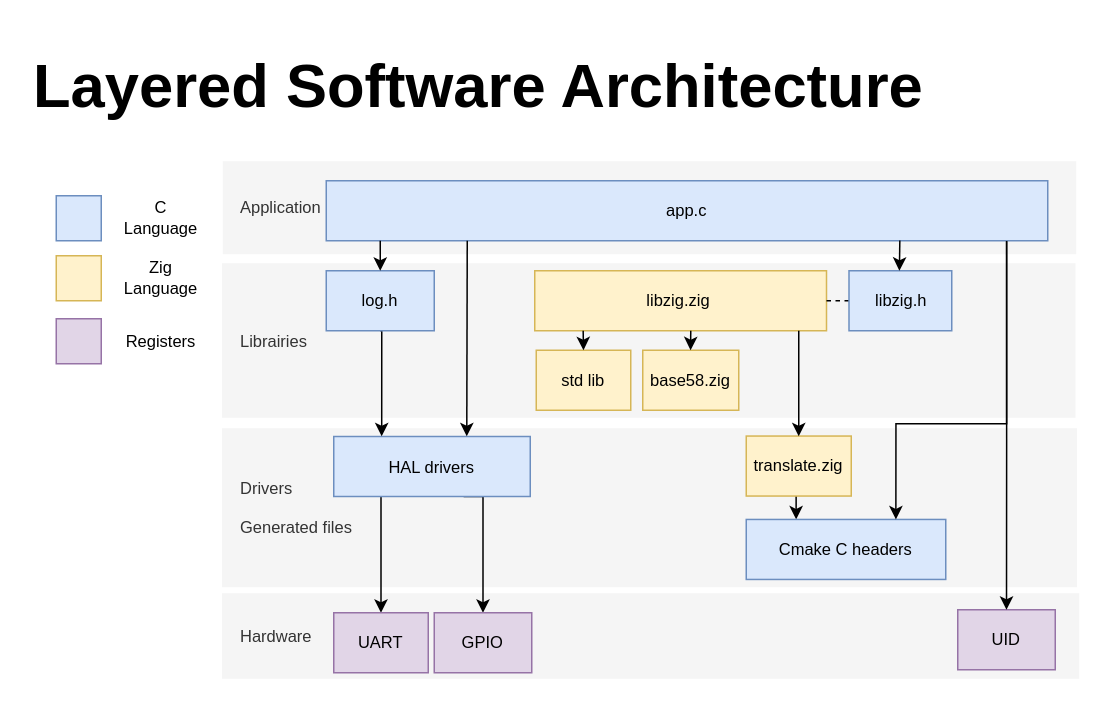
Before: projects/stm32l476_nucleo/juicy_hello_world_cmake/docs/architecture.drawio in Sazerac4/zig-meets-c, a draw.io diagram. Source tidied: cells renumbered, new cells numbered last; positions are measured from the earlier drawing's top-left corner, leaving out a move shared by most shapes. Both pictures are drawn from the tidied source at 150%, with x=0, y=0 at pixel (26, 40).
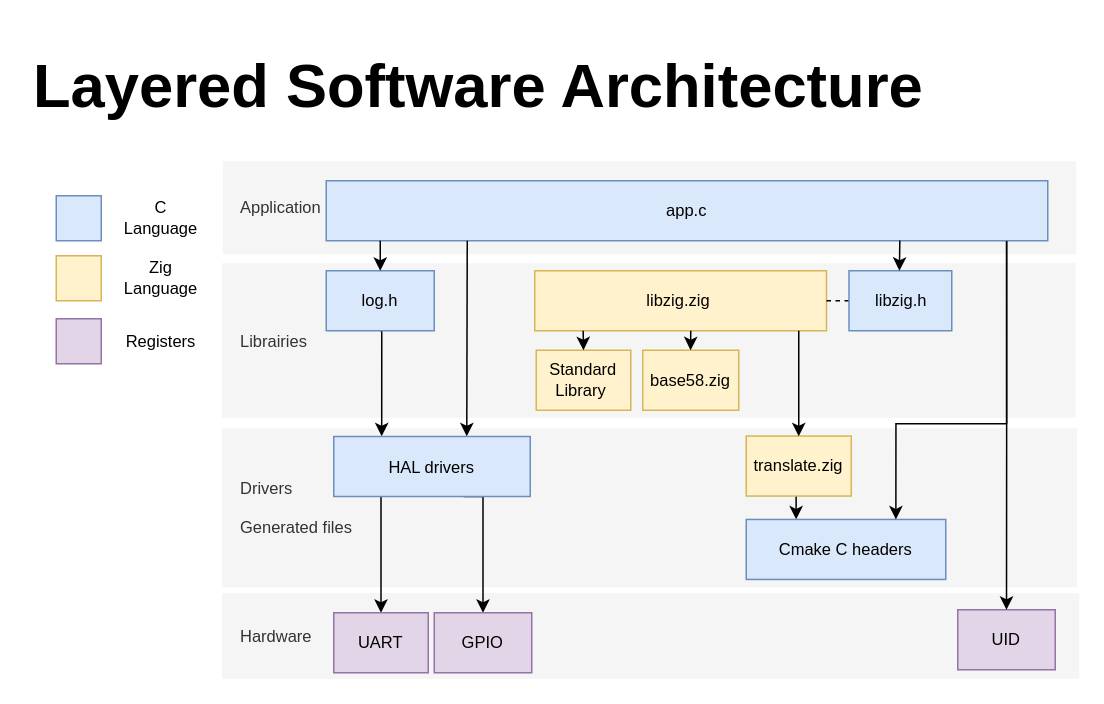
The same page after the edit.

Change to the diagram source:
```diff
@@
-    <mxCell id="33" value="std lib" style="rounded=0;whiteSpace=wrap;html=1;fontFamily=Helvetica;fontSize=11;labelBackgroundColor=none;fillColor=#fff2cc;strokeColor=#d6b656;direction=south;" parent="1" vertex="1">
+    <mxCell id="33" value="Standard Library&amp;nbsp;" style="rounded=0;whiteSpace=wrap;html=1;fontFamily=Helvetica;fontSize=11;labelBackgroundColor=none;fillColor=#fff2cc;strokeColor=#d6b656;direction=south;" parent="1" vertex="1">
       <mxGeometry x="340" y="206" width="63" height="40" as="geometry" />
     </mxCell>
```
